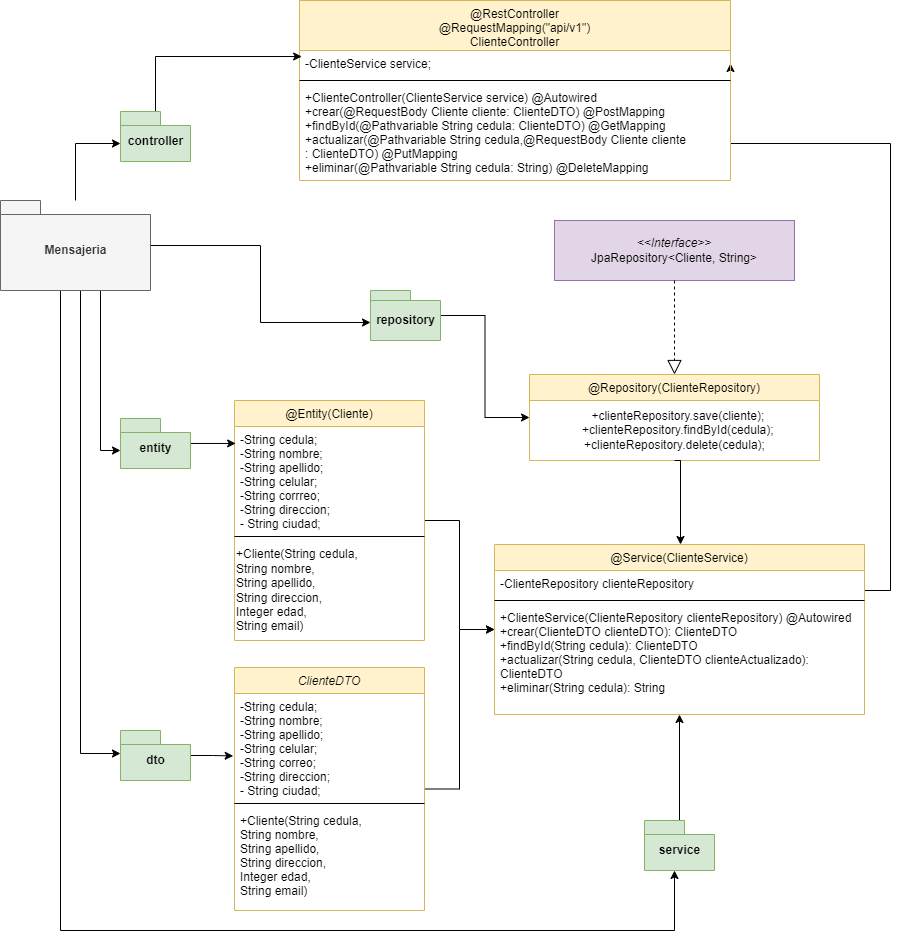
Before: mensajeria_clase_cliente.drawio.png, a diagram exported from draw.io (Pipe1098/ProyectoIntegrador). Source tidied: cells renumbered, new cells last; positions are measured from the earlier drawing's top-left corner, leaving out a move shared by most shapes.
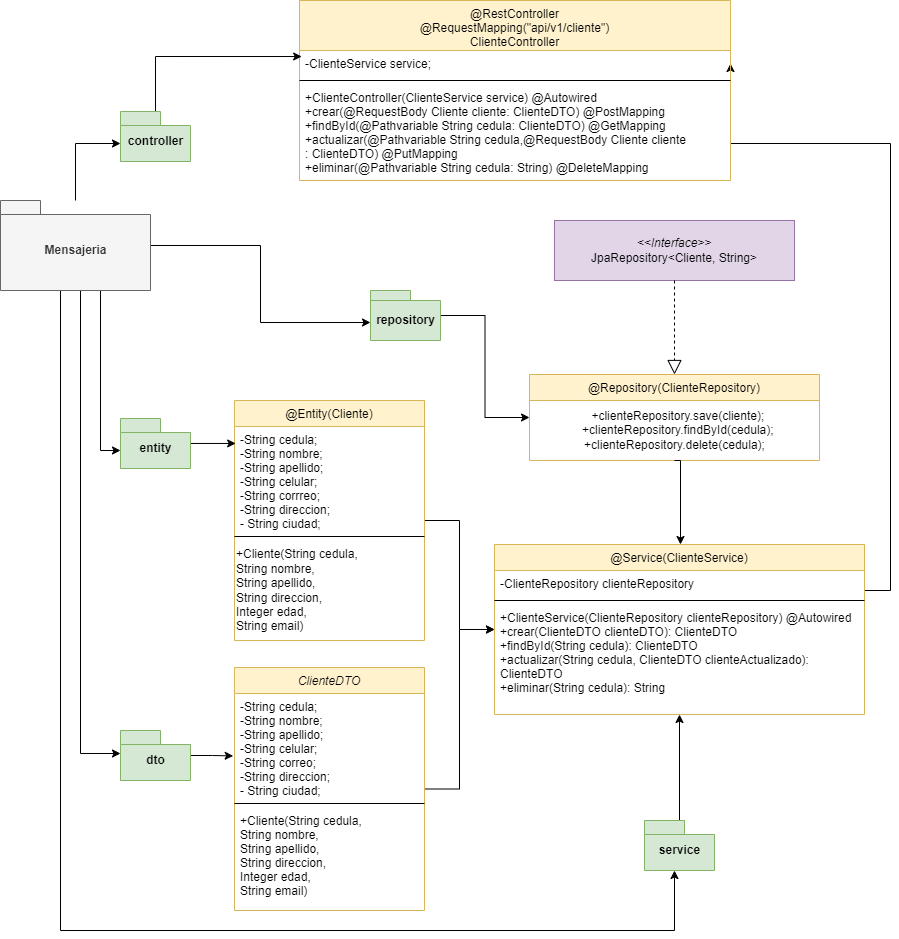
The same file after the commit.

The edit, as a diff of the source:
```diff
@@ -46,7 +46,7 @@
     <mxCell id="14" value="&lt;i&gt;&amp;lt;&amp;lt;Interface&amp;gt;&amp;gt;&lt;br&gt;&lt;/i&gt;JpaRepository&amp;lt;Cliente, String&amp;gt;&lt;i&gt;&lt;br&gt;&lt;/i&gt;" style="rounded=0;whiteSpace=wrap;html=1;fillColor=#e1d5e7;strokeColor=#9673a6;" parent="1" vertex="1">
       <mxGeometry x="554" y="220" width="240" height="60" as="geometry" />
     </mxCell>
-    <mxCell id="15" value="@RestController&#10;@RequestMapping(&quot;api/v1&quot;)&#10;ClienteController" style="swimlane;fontStyle=0;align=center;verticalAlign=top;horizontal=1;startSize=50;rounded=0;shadow=0;strokeWidth=1;fillColor=#fff2cc;strokeColor=#d6b656;" parent="1" vertex="1">
+    <mxCell id="15" value="@RestController&#10;@RequestMapping(&quot;api/v1/cliente&quot;)&#10;ClienteController" style="swimlane;fontStyle=0;align=center;verticalAlign=top;horizontal=1;startSize=50;rounded=0;shadow=0;strokeWidth=1;fillColor=#fff2cc;strokeColor=#d6b656;" parent="1" vertex="1">
       <mxGeometry x="299" width="431" height="180" as="geometry" />
     </mxCell>
     <mxCell id="16" value="-ClienteService service;" style="text;align=left;verticalAlign=top;spacingLeft=4;spacingRight=4;overflow=hidden;points=[[0,0.5],[1,0.5]];portConstraint=eastwest;rounded=0;shadow=0;html=0;" parent="15" vertex="1">
```
